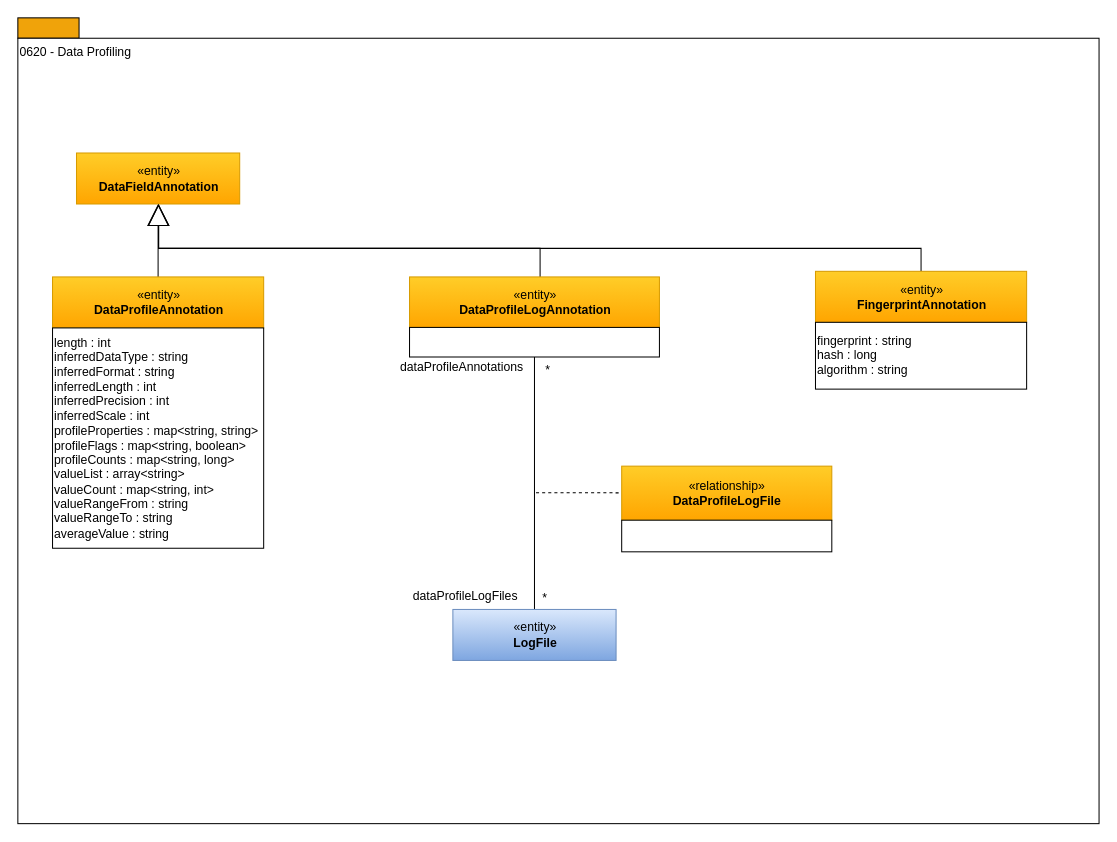
This is page "0620-Data-Profiling" (8 of 16) of open-metadata-publication/website/open-metadata-types/area-6-discovery.drawio from odpi/egeria, a draw.io file, before an edit. Source tidied: cells renumbered, new cells numbered last; positions are measured from the earlier drawing's top-left corner, leaving out a move shared by most shapes. Both pictures are drawn from the tidied source at 102%, with x=0, y=0 at pixel (17, 17).
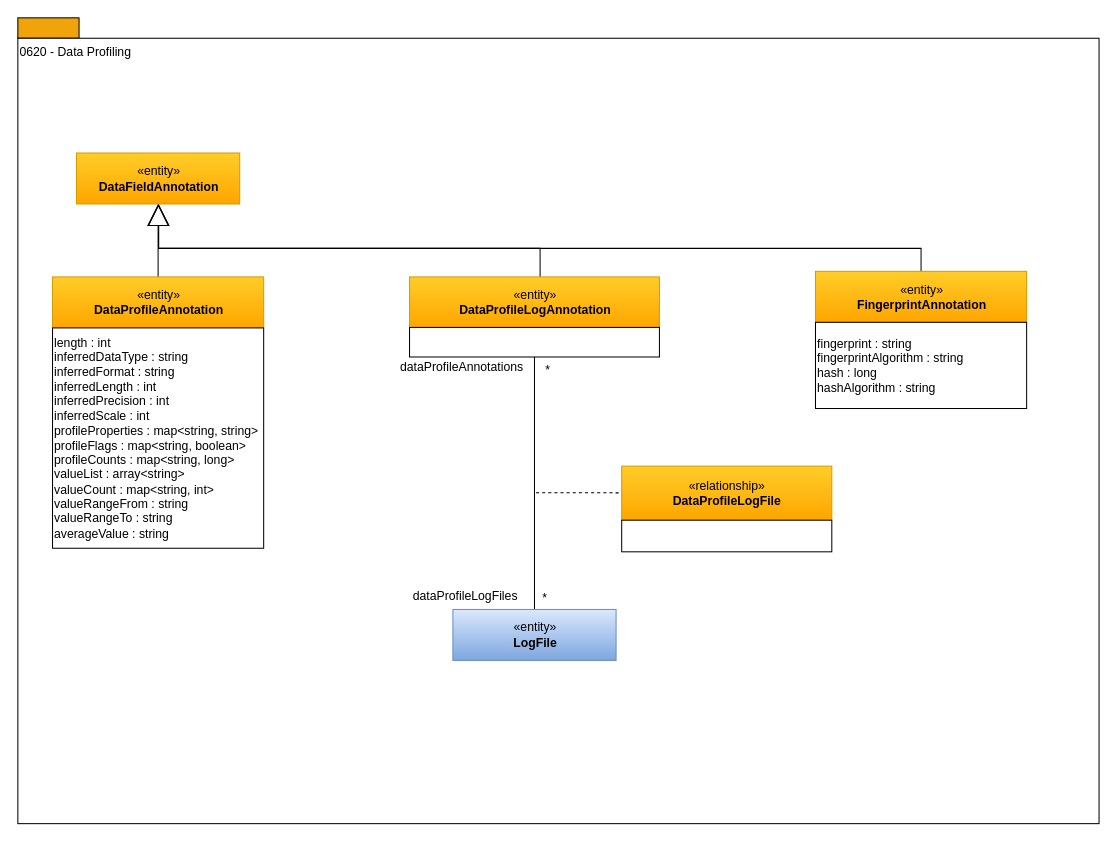
The same page after the edit.

What changed in the source:
```diff
@@
-    <mxCell id="22" value="fingerprint : string&lt;br&gt;hash : long&lt;br&gt;algorithm : string" style="rounded=0;whiteSpace=wrap;html=1;strokeColor=#000000;gradientColor=#ffffff;align=left;" parent="1" vertex="1">
-      <mxGeometry x="782" y="298.5" width="207" height="65.5" as="geometry" />
+    <mxCell id="22" value="fingerprint : string&lt;br&gt;fingerprintAlgorithm : string&lt;br&gt;hash : long&lt;br&gt;hashAlgorithm : string" style="rounded=0;whiteSpace=wrap;html=1;strokeColor=#000000;gradientColor=#ffffff;align=left;" parent="1" vertex="1">
+      <mxGeometry x="782" y="298.5" width="207" height="84.5" as="geometry" />
     </mxCell>
```
